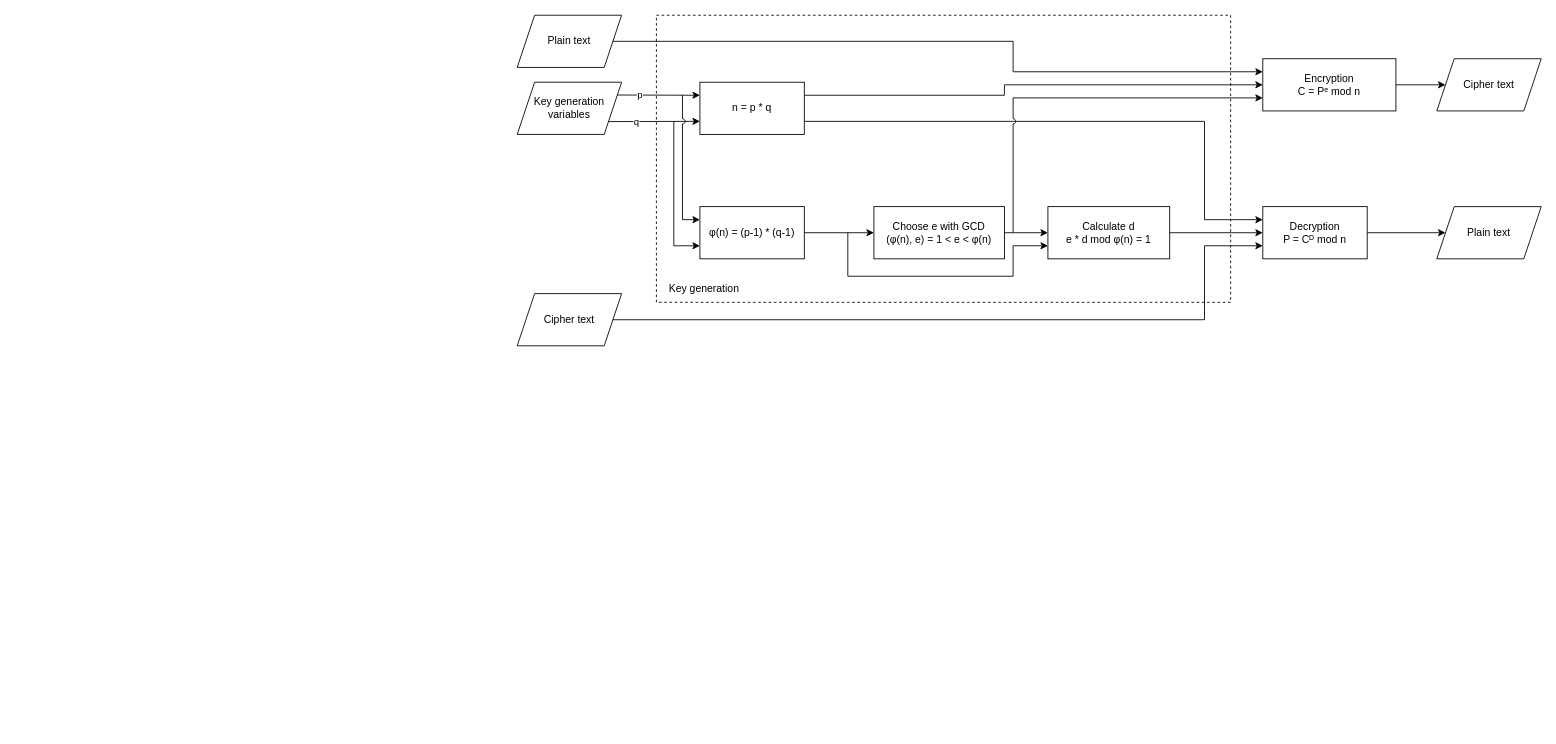
Earlier version of the draw.io diagram public/img/rsaPage/drawio/rsa_en.drawio (hejzlzd1/EducrypterUHK). Source tidied: cells renumbered, new cells numbered last; positions are measured from the earlier drawing's top-left corner, leaving out a move shared by most shapes. Both pictures are drawn from the tidied source at 87%, with x=0, y=0 at pixel (517, 15).
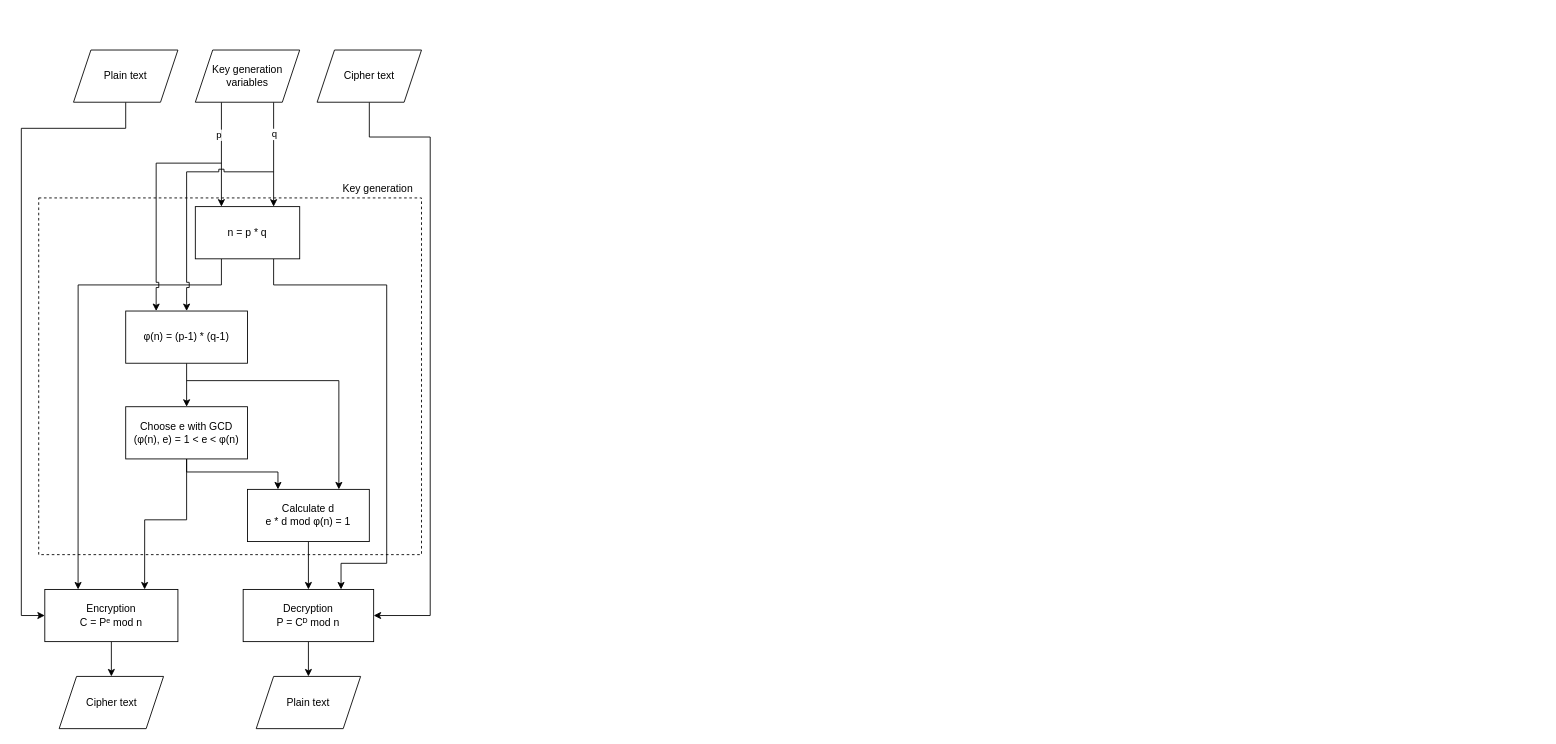
The same page after the edit.

What changed in the source:
```diff
@@
-    <mxCell id="2" style="whiteSpace=wrap;html=1;dashed=1;fillColor=none;" parent="1" vertex="1">
-      <mxGeometry x="160" width="660" height="330" as="geometry" />
-    </mxCell>
+    <mxCell id="32" style="whiteSpace=wrap;html=1;dashed=1;fillColor=none;" parent="1" vertex="1">
+      <mxGeometry x="-550" y="210" width="440" height="410" as="geometry" />
+    </mxCell>
-    <mxCell id="3" style="edgeStyle=orthogonalEdgeStyle;rounded=0;jettySize=auto;html=1;exitX=1;exitY=0.25;exitDx=0;exitDy=0;entryX=0;entryY=0.5;entryDx=0;entryDy=0;" parent="1" edge="1" source="5" target="23">
+    <mxCell id="3" style="edgeStyle=orthogonalEdgeStyle;rounded=0;jettySize=auto;html=1;exitX=0.25;exitY=1;exitDx=0;exitDy=0;entryX=0.25;entryY=0;entryDx=0;entryDy=0;jumpStyle=sharp;" parent="1" edge="1" source="5" target="23">
       <mxGeometry relative="1" as="geometry">
         <Array as="points">
-          <mxPoint x="560" y="92" />
-          <mxPoint x="560" y="80" />
+          <mxPoint x="-340" y="310" />
+          <mxPoint x="-505" y="310" />
         </Array>
       </mxGeometry>
     </mxCell>
-    <mxCell id="4" style="edgeStyle=orthogonalEdgeStyle;rounded=0;jettySize=auto;html=1;exitX=1;exitY=0.75;exitDx=0;exitDy=0;entryX=0;entryY=0.25;entryDx=0;entryDy=0;" parent="1" edge="1" source="5" target="20">
+    <mxCell id="4" style="edgeStyle=orthogonalEdgeStyle;rounded=0;jettySize=auto;html=1;exitX=0.75;exitY=1;exitDx=0;exitDy=0;entryX=0.75;entryY=0;entryDx=0;entryDy=0;" parent="1" edge="1" source="5" target="20">
       <mxGeometry relative="1" as="geometry">
         <Array as="points">
-          <mxPoint x="790" y="122" />
-          <mxPoint x="790" y="235" />
+          <mxPoint x="-280" y="310" />
+          <mxPoint x="-150" y="310" />
+          <mxPoint x="-150" y="630" />
+          <mxPoint x="-202" y="630" />
         </Array>
       </mxGeometry>
     </mxCell>
     <mxCell id="5" value="n = p * q" style="rounded=0;whiteSpace=wrap;html=1;" parent="1" vertex="1">
-      <mxGeometry x="210" y="77" width="120" height="60" as="geometry" />
+      <mxGeometry x="-370" y="220" width="120" height="60" as="geometry" />
     </mxCell>
-    <mxCell id="6" style="edgeStyle=orthogonalEdgeStyle;rounded=0;jettySize=auto;html=1;" parent="1" edge="1" source="7" target="13">
+    <mxCell id="6" style="edgeStyle=orthogonalEdgeStyle;rounded=0;jettySize=auto;html=1;exitX=0.5;exitY=1;exitDx=0;exitDy=0;entryX=0.5;entryY=0;entryDx=0;entryDy=0;" parent="1" edge="1" source="7" target="13">
       <mxGeometry relative="1" as="geometry" />
     </mxCell>
     <mxCell id="7" value="φ(n) = (p-1) * (q-1)" style="rounded=0;whiteSpace=wrap;html=1;" parent="1" vertex="1">
-      <mxGeometry x="210" y="220" width="120" height="60" as="geometry" />
+      <mxGeometry x="-450" y="340" width="140" height="60" as="geometry" />
     </mxCell>
-    <mxCell id="8" style="endArrow=classic;html=1;rounded=0;entryX=0;entryY=0.25;entryDx=0;entryDy=0;exitX=0.955;exitY=0.245;exitDx=0;exitDy=0;exitPerimeter=0;" parent="1" edge="1" source="30" target="5">
-      <mxGeometry relative="1" as="geometry" />
-    </mxCell>
+    <mxCell id="33" style="endArrow=classic;html=1;rounded=0;entryX=0.25;entryY=0;entryDx=0;entryDy=0;exitX=0.25;exitY=1;exitDx=0;exitDy=0;" parent="1" edge="1" source="30" target="5">
+      <mxGeometry relative="1" as="geometry" />
+    </mxCell>
-    <mxCell id="9" value="p" style="edgeLabel;html=1;align=center;verticalAlign=middle;" parent="8" vertex="1">
+    <mxCell id="9" value="p" style="edgeLabel;html=1;align=center;verticalAlign=middle;" parent="33" vertex="1">
       <mxGeometry x="-0.38" relative="1" as="geometry">
         <mxPoint x="-4" as="offset" />
       </mxGeometry>
     </mxCell>
-    <mxCell id="10" style="endArrow=classic;html=1;rounded=0;entryX=0;entryY=0.75;entryDx=0;entryDy=0;exitX=0.872;exitY=0.754;exitDx=0;exitDy=0;exitPerimeter=0;" parent="1" edge="1" source="30" target="5">
-      <mxGeometry relative="1" as="geometry" />
-    </mxCell>
+    <mxCell id="34" style="endArrow=classic;html=1;rounded=0;entryX=0.75;entryY=0;entryDx=0;entryDy=0;exitX=0.75;exitY=1;exitDx=0;exitDy=0;" parent="1" edge="1" source="30" target="5">
+      <mxGeometry relative="1" as="geometry" />
+    </mxCell>
-    <mxCell id="11" value="q" style="edgeLabel;html=1;align=center;verticalAlign=middle;" parent="10" vertex="1">
+    <mxCell id="11" value="q" style="edgeLabel;html=1;align=center;verticalAlign=middle;" parent="34" vertex="1">
       <mxGeometry x="-0.4" relative="1" as="geometry" />
     </mxCell>
-    <mxCell id="12" style="edgeStyle=orthogonalEdgeStyle;rounded=0;jettySize=auto;html=1;" parent="1" edge="1" source="13" target="15">
-      <mxGeometry relative="1" as="geometry" />
+    <mxCell id="12" style="edgeStyle=orthogonalEdgeStyle;rounded=0;jettySize=auto;html=1;entryX=0.25;entryY=0;entryDx=0;entryDy=0;exitX=0.5;exitY=1;exitDx=0;exitDy=0;" parent="1" edge="1" source="13" target="15">
+      <mxGeometry relative="1" as="geometry">
+        <Array as="points">
+          <mxPoint x="-380" y="525" />
+          <mxPoint x="-275" y="525" />
+        </Array>
+      </mxGeometry>
     </mxCell>
+    <mxCell id="35" style="edgeStyle=orthogonalEdgeStyle;rounded=0;jettySize=auto;html=1;exitX=0.5;exitY=1;exitDx=0;exitDy=0;entryX=0.75;entryY=0;entryDx=0;entryDy=0;" parent="1" edge="1" source="13" target="23">
+      <mxGeometry relative="1" as="geometry">
+        <Array as="points">
+          <mxPoint x="-380" y="580" />
+          <mxPoint x="-428" y="580" />
+        </Array>
+      </mxGeometry>
+    </mxCell>
-    <mxCell id="13" value="Choose e with GCD&lt;br&gt;(φ(n), e) = 1 &amp;lt; e &amp;lt; φ(n)" style="whiteSpace=wrap;html=1;rounded=0;" parent="1" vertex="1">
-      <mxGeometry x="410" y="220" width="150" height="60" as="geometry" />
+    <mxCell id="13" value="Choose e with GCD&lt;br style=&quot;border-color: var(--border-color);&quot;&gt;(φ(n), e) = 1 &amp;lt; e &amp;lt; φ(n)" style="whiteSpace=wrap;html=1;rounded=0;" parent="1" vertex="1">
+      <mxGeometry x="-450" y="450" width="140" height="60" as="geometry" />
     </mxCell>
-    <mxCell id="14" style="edgeStyle=orthogonalEdgeStyle;rounded=0;jettySize=auto;html=1;exitX=1;exitY=0.5;exitDx=0;exitDy=0;entryX=0;entryY=0.5;entryDx=0;entryDy=0;" parent="1" edge="1" source="15" target="20">
+    <mxCell id="14" style="edgeStyle=orthogonalEdgeStyle;rounded=0;jettySize=auto;html=1;exitX=0.5;exitY=1;exitDx=0;exitDy=0;entryX=0.5;entryY=0;entryDx=0;entryDy=0;" parent="1" edge="1" source="15" target="20">
       <mxGeometry relative="1" as="geometry" />
     </mxCell>
-    <mxCell id="15" value="Calculate d&lt;br&gt;e * d mod φ(n) = 1" style="whiteSpace=wrap;html=1;rounded=0;" parent="1" vertex="1">
-      <mxGeometry x="610" y="220" width="140" height="60" as="geometry" />
+    <mxCell id="15" value="Calculate d&lt;br style=&quot;border-color: var(--border-color);&quot;&gt;e * d mod φ(n) = 1" style="whiteSpace=wrap;html=1;rounded=0;" parent="1" vertex="1">
+      <mxGeometry x="-310" y="545" width="140" height="60" as="geometry" />
     </mxCell>
-    <mxCell id="16" style="endArrow=classic;html=1;rounded=0;entryX=0;entryY=0.25;entryDx=0;entryDy=0;jumpStyle=arc;" parent="1" edge="1" target="7">
-      <mxGeometry relative="1" as="geometry">
-        <mxPoint x="190" y="92" as="sourcePoint" />
-        <Array as="points">
-          <mxPoint x="190" y="235" />
-        </Array>
-      </mxGeometry>
-    </mxCell>
-    <mxCell id="17" style="endArrow=classic;html=1;rounded=0;entryX=0;entryY=0.75;entryDx=0;entryDy=0;" parent="1" edge="1" target="7">
-      <mxGeometry relative="1" as="geometry">
-        <mxPoint x="180" y="122" as="sourcePoint" />
-        <Array as="points">
-          <mxPoint x="180" y="265" />
-        </Array>
-      </mxGeometry>
-    </mxCell>
-    <mxCell id="18" style="endArrow=classic;html=1;rounded=0;entryX=0;entryY=0.75;entryDx=0;entryDy=0;" parent="1" edge="1" target="15">
-      <mxGeometry relative="1" as="geometry">
-        <mxPoint x="380" y="250" as="sourcePoint" />
-        <Array as="points">
-          <mxPoint x="380" y="300" />
-          <mxPoint x="570" y="300" />
-          <mxPoint x="570" y="265" />
-        </Array>
-      </mxGeometry>
-    </mxCell>
-    <mxCell id="19" style="edgeStyle=orthogonalEdgeStyle;rounded=0;jettySize=auto;html=1;" parent="1" edge="1" source="20" target="21">
+    <mxCell id="19" style="edgeStyle=orthogonalEdgeStyle;rounded=0;jettySize=auto;html=1;exitX=0.5;exitY=1;exitDx=0;exitDy=0;entryX=0.5;entryY=0;entryDx=0;entryDy=0;" parent="1" edge="1" source="20" target="21">
       <mxGeometry relative="1" as="geometry" />
     </mxCell>
-    <mxCell id="20" value="Decryption&lt;br&gt;P = Cᴰ mod n" style="rounded=0;whiteSpace=wrap;html=1;" parent="1" vertex="1">
-      <mxGeometry x="857" y="220" width="120" height="60" as="geometry" />
+    <mxCell id="20" value="Decryption&lt;br style=&quot;border-color: var(--border-color);&quot;&gt;P = Cᴰ mod n" style="rounded=0;whiteSpace=wrap;html=1;" parent="1" vertex="1">
+      <mxGeometry x="-315" y="660" width="150" height="60" as="geometry" />
     </mxCell>
     <mxCell id="21" value="Plain text" style="shape=parallelogram;perimeter=parallelogramPerimeter;whiteSpace=wrap;html=1;fixedSize=1;rounded=0;" parent="1" vertex="1">
-      <mxGeometry x="1057" y="220" width="120" height="60" as="geometry" />
+      <mxGeometry x="-300" y="760" width="120" height="60" as="geometry" />
     </mxCell>
-    <mxCell id="22" style="edgeStyle=orthogonalEdgeStyle;rounded=0;jettySize=auto;html=1;exitX=1;exitY=0.5;exitDx=0;exitDy=0;entryX=0;entryY=0.5;entryDx=0;entryDy=0;" parent="1" edge="1" source="23" target="29">
-      <mxGeometry relative="1" as="geometry" />
-    </mxCell>
+    <mxCell id="36" style="edgeStyle=orthogonalEdgeStyle;rounded=0;jettySize=auto;html=1;exitX=0.5;exitY=1;exitDx=0;exitDy=0;entryX=0.5;entryY=0;entryDx=0;entryDy=0;" parent="1" edge="1" source="23" target="39">
+      <mxGeometry relative="1" as="geometry" />
+    </mxCell>
-    <mxCell id="23" value="Encryption&lt;br&gt;C = Pᵉ&amp;nbsp;mod n" style="rounded=0;whiteSpace=wrap;html=1;" parent="1" vertex="1">
-      <mxGeometry x="857" y="50" width="153" height="60" as="geometry" />
+    <mxCell id="23" value="Encryption&lt;br style=&quot;border-color: var(--border-color);&quot;&gt;C = Pᵉ&amp;nbsp;mod n" style="rounded=0;whiteSpace=wrap;html=1;" parent="1" vertex="1">
+      <mxGeometry x="-543" y="660" width="153" height="60" as="geometry" />
     </mxCell>
-    <mxCell id="24" style="endArrow=classic;html=1;rounded=0;entryX=0;entryY=0.75;entryDx=0;entryDy=0;jumpStyle=arc;" parent="1" edge="1" target="23">
-      <mxGeometry relative="1" as="geometry">
-        <mxPoint x="570" y="250" as="sourcePoint" />
-        <Array as="points">
-          <mxPoint x="570" y="170" />
-          <mxPoint x="570" y="95" />
-        </Array>
-      </mxGeometry>
-    </mxCell>
-    <mxCell id="25" style="edgeStyle=orthogonalEdgeStyle;rounded=0;jettySize=auto;html=1;exitX=1;exitY=0.5;exitDx=0;exitDy=0;entryX=0;entryY=0.25;entryDx=0;entryDy=0;" parent="1" edge="1" source="26" target="23">
+    <mxCell id="25" style="edgeStyle=orthogonalEdgeStyle;rounded=0;jettySize=auto;html=1;exitX=0.5;exitY=1;exitDx=0;exitDy=0;entryX=0;entryY=0.5;entryDx=0;entryDy=0;jumpStyle=sharp;" parent="1" edge="1" source="26" target="23">
       <mxGeometry relative="1" as="geometry">
         <Array as="points">
-          <mxPoint x="570" y="30" />
-          <mxPoint x="570" y="65" />
+          <mxPoint x="-450" y="130" />
+          <mxPoint x="-570" y="130" />
+          <mxPoint x="-570" y="690" />
         </Array>
       </mxGeometry>
     </mxCell>
     <mxCell id="26" value="Plain text" style="shape=parallelogram;perimeter=parallelogramPerimeter;whiteSpace=wrap;html=1;fixedSize=1;" parent="1" vertex="1">
-      <mxGeometry width="120" height="60" as="geometry" />
+      <mxGeometry x="-510" y="40" width="120" height="60" as="geometry" />
     </mxCell>
-    <mxCell id="27" style="edgeStyle=orthogonalEdgeStyle;rounded=0;jettySize=auto;html=1;exitX=1;exitY=0.5;exitDx=0;exitDy=0;entryX=0;entryY=0.75;entryDx=0;entryDy=0;" parent="1" edge="1" source="28" target="20">
-      <mxGeometry relative="1" as="geometry">
-        <Array as="points">
-          <mxPoint x="790" y="350" />
-          <mxPoint x="790" y="265" />
-        </Array>
-      </mxGeometry>
-    </mxCell>
-    <mxCell id="28" value="Cipher text" style="shape=parallelogram;perimeter=parallelogramPerimeter;whiteSpace=wrap;html=1;fixedSize=1;" parent="1" vertex="1">
-      <mxGeometry y="320" width="120" height="60" as="geometry" />
-    </mxCell>
-    <mxCell id="29" value="Cipher text" style="shape=parallelogram;perimeter=parallelogramPerimeter;whiteSpace=wrap;html=1;fixedSize=1;" parent="1" vertex="1">
-      <mxGeometry x="1057" y="50" width="120" height="60" as="geometry" />
-    </mxCell>
+    <mxCell id="37" style="edgeStyle=orthogonalEdgeStyle;rounded=0;jettySize=auto;html=1;exitX=0.5;exitY=1;exitDx=0;exitDy=0;entryX=1;entryY=0.5;entryDx=0;entryDy=0;" parent="1" edge="1" source="38" target="20">
+      <mxGeometry relative="1" as="geometry">
+        <Array as="points">
+          <mxPoint x="-170" y="140" />
+          <mxPoint x="-100" y="140" />
+          <mxPoint x="-100" y="690" />
+        </Array>
+      </mxGeometry>
+    </mxCell>
+    <mxCell id="38" value="Cipher text" style="shape=parallelogram;perimeter=parallelogramPerimeter;whiteSpace=wrap;html=1;fixedSize=1;" parent="1" vertex="1">
+      <mxGeometry x="-230" y="40" width="120" height="60" as="geometry" />
+    </mxCell>
+    <mxCell id="39" value="Cipher text" style="shape=parallelogram;perimeter=parallelogramPerimeter;whiteSpace=wrap;html=1;fixedSize=1;" parent="1" vertex="1">
+      <mxGeometry x="-526.5" y="760" width="120" height="60" as="geometry" />
+    </mxCell>
+    <mxCell id="31" value="Key generation" style="text;html=1;strokeColor=none;fillColor=none;align=center;verticalAlign=middle;whiteSpace=wrap;rounded=0;" parent="1" vertex="1">
+      <mxGeometry x="-210" y="190" width="100" height="20" as="geometry" />
+    </mxCell>
     <mxCell id="30" value="Key generation variables" style="shape=parallelogram;perimeter=parallelogramPerimeter;whiteSpace=wrap;html=1;fixedSize=1;" parent="1" vertex="1">
-      <mxGeometry y="77" width="120" height="60" as="geometry" />
+      <mxGeometry x="-370" y="40" width="120" height="60" as="geometry" />
     </mxCell>
-    <mxCell id="31" value="Key generation" style="text;html=1;strokeColor=none;fillColor=none;align=center;verticalAlign=middle;whiteSpace=wrap;rounded=0;" parent="1" vertex="1">
-      <mxGeometry x="160" y="300" width="110" height="30" as="geometry" />
-    </mxCell>
+    <mxCell id="40" style="endArrow=classic;html=1;rounded=0;entryX=0.25;entryY=0;entryDx=0;entryDy=0;jumpStyle=sharp;" parent="1" edge="1" target="7">
+      <mxGeometry relative="1" as="geometry">
+        <mxPoint x="-340" y="170" as="sourcePoint" />
+        <Array as="points">
+          <mxPoint x="-415" y="170" />
+        </Array>
+      </mxGeometry>
+    </mxCell>
+    <mxCell id="41" style="endArrow=none;html=1;rounded=0;exitX=0.5;exitY=0;exitDx=0;exitDy=0;edgeStyle=orthogonalEdgeStyle;startArrow=classic;startFill=1;jumpStyle=sharp;" parent="1" edge="1" source="7">
+      <mxGeometry relative="1" as="geometry">
+        <mxPoint x="-280" y="180" as="targetPoint" />
+        <Array as="points">
+          <mxPoint x="-380" y="340" />
+          <mxPoint x="-380" y="180" />
+        </Array>
+      </mxGeometry>
+    </mxCell>
+    <mxCell id="42" style="endArrow=classic;html=1;rounded=0;entryX=0.75;entryY=0;entryDx=0;entryDy=0;" parent="1" edge="1" target="15">
+      <mxGeometry relative="1" as="geometry">
+        <mxPoint x="-380" y="420" as="sourcePoint" />
+        <Array as="points">
+          <mxPoint x="-205" y="420" />
+        </Array>
+      </mxGeometry>
+    </mxCell>
```
